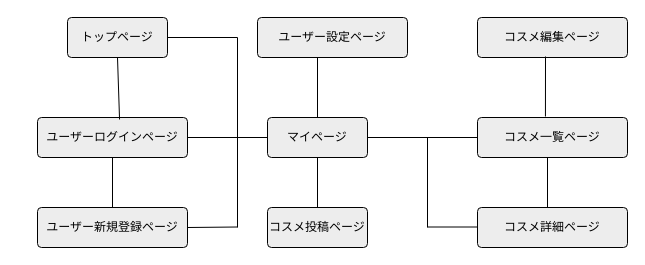
The draw.io diagram td.dio in hachi0109/MyCosmeShelf, before the edit. Source tidied: cells renumbered, new cells numbered last; positions are measured from the earlier drawing's top-left corner, leaving out a move shared by most shapes. Both pictures are drawn from the tidied source at 100%, with x=0, y=0 at pixel (37, 17).
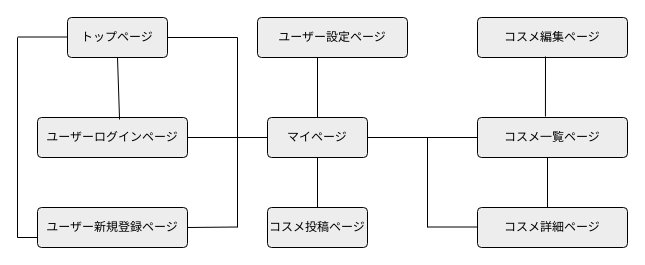
Above is the later version.

Commit message (it also covers changes not shown here):
遷移図の修正

Unchanged cells that the change refers to:
```xml
<mxCell id="4" value="ユーザー新規登録ページ" style="rounded=1;arcSize=10;whiteSpace=wrap;html=1;align=center;fillColor=#EDEDED;" parent="1" vertex="1">
  <mxGeometry y="190" width="150" height="40" as="geometry" />
</mxCell>
<mxCell id="5" value="ユーザーログインページ" style="rounded=1;arcSize=10;whiteSpace=wrap;html=1;align=center;fillColor=#EDEDED;" parent="1" vertex="1">
  <mxGeometry y="100" width="150" height="40" as="geometry" />
</mxCell>
```

The edit, as a diff of the source:
```diff
@@
-    <mxCell id="12" style="endArrow=none;html=1;rounded=0;entryX=0.5;entryY=0;entryDx=0;entryDy=0;exitX=0.5;exitY=1;exitDx=0;exitDy=0;" parent="1" edge="1" source="5" target="4">
-      <mxGeometry relative="1" as="geometry" />
-    </mxCell>
@@
+    <mxCell id="25" style="endArrow=none;html=1;rounded=0;" parent="1" edge="1">
+      <mxGeometry relative="1" as="geometry">
+        <mxPoint x="-20" y="20" as="sourcePoint" />
+        <mxPoint x="-20" y="220" as="targetPoint" />
+      </mxGeometry>
+    </mxCell>
+    <mxCell id="26" style="endArrow=none;html=1;rounded=0;exitX=1;exitY=0.5;exitDx=0;exitDy=0;entryX=0;entryY=0.75;entryDx=0;entryDy=0;" parent="1" edge="1">
+      <mxGeometry relative="1" as="geometry">
+        <mxPoint x="-20" y="19.5" as="sourcePoint" />
+        <mxPoint x="30" y="19.5" as="targetPoint" />
+      </mxGeometry>
+    </mxCell>
+    <mxCell id="27" style="endArrow=none;html=1;rounded=0;exitX=1;exitY=0.5;exitDx=0;exitDy=0;entryX=0;entryY=0.75;entryDx=0;entryDy=0;" parent="1" edge="1" target="4">
+      <mxGeometry relative="1" as="geometry">
+        <mxPoint x="-20" y="220" as="sourcePoint" />
+      </mxGeometry>
+    </mxCell>
```
